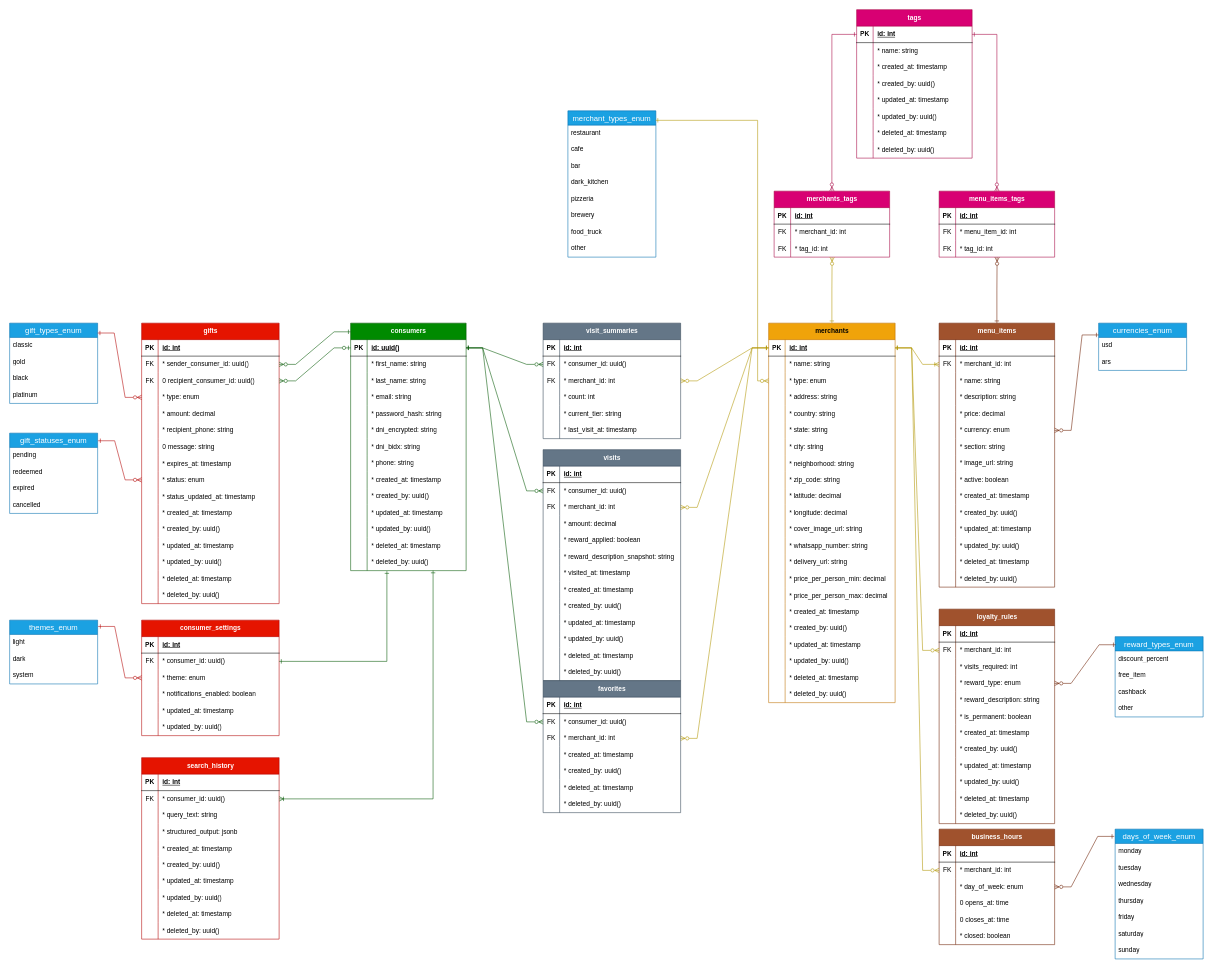
Before: docs/database-schema.drawio in tomassalina/fudo, a draw.io diagram. Source tidied: cells renumbered, new cells numbered last; positions are measured from the earlier drawing's top-left corner, leaving out a move shared by most shapes. Both pictures are drawn from the tidied source at 55%, with x=0, y=0 at pixel (9, 9).
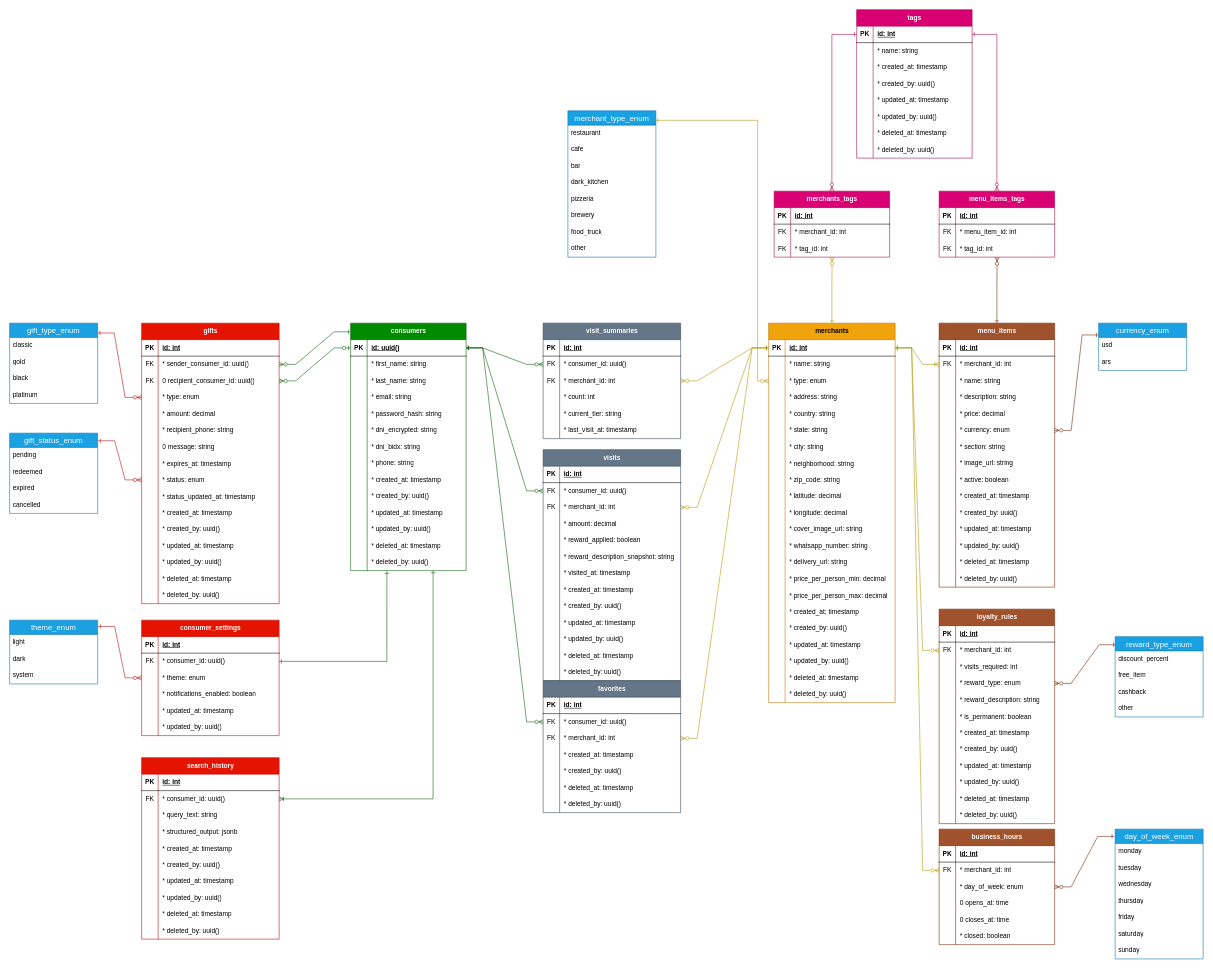
The same page after the edit.

Commit message:
docs: fix enum type name drift in database-schema.drawio

The diagram had all 7 Postgres enum types named in plural
(currencies_enum, days_of_week_enum, etc); db/structure.sql defines
them all in singular (currency_enum, day_of_week_enum, etc). AGENTS.md
claims the diagram is kept in sync with structure.sql as reference —
it wasn't. Corrected the 7 swimlane labels to match the real schema.

Diff of the diagram source:
```diff
@@
-    <mxCell id="69" value="merchant_types_enum" style="swimlane;fontStyle=0;horizontal=1;startSize=26;align=center;fontSize=14;fillColor=#1ba1e2;fontColor=#ffffff;strokeColor=#006EAF;" parent="1" vertex="1">
+    <mxCell id="69" value="merchant_type_enum" style="swimlane;fontStyle=0;horizontal=1;startSize=26;align=center;fontSize=14;fillColor=#1ba1e2;fontColor=#ffffff;strokeColor=#006EAF;" parent="1" vertex="1">
       <mxGeometry x="1015" y="184" width="160" height="266" as="geometry" />
     </mxCell>
@@
-    <mxCell id="255" value="reward_types_enum" style="swimlane;fontStyle=0;horizontal=1;startSize=26;align=center;fontSize=14;fillColor=#1ba1e2;fontColor=#ffffff;strokeColor=#006EAF;" parent="1" vertex="1">
+    <mxCell id="255" value="reward_type_enum" style="swimlane;fontStyle=0;horizontal=1;startSize=26;align=center;fontSize=14;fillColor=#1ba1e2;fontColor=#ffffff;strokeColor=#006EAF;" parent="1" vertex="1">
       <mxGeometry x="2010" y="1140" width="160" height="146" as="geometry" />
     </mxCell>
@@
-    <mxCell id="260" value="currencies_enum" style="swimlane;fontStyle=0;horizontal=1;startSize=26;align=center;fontSize=14;fillColor=#1ba1e2;fontColor=#ffffff;strokeColor=#006EAF;" parent="1" vertex="1">
+    <mxCell id="260" value="currency_enum" style="swimlane;fontStyle=0;horizontal=1;startSize=26;align=center;fontSize=14;fillColor=#1ba1e2;fontColor=#ffffff;strokeColor=#006EAF;" parent="1" vertex="1">
       <mxGeometry x="1980" y="570" width="160" height="86" as="geometry" />
     </mxCell>
@@
-    <mxCell id="402" value="gift_types_enum" style="swimlane;fontStyle=0;horizontal=1;startSize=26;align=center;fontSize=14;fillColor=#1ba1e2;fontColor=#ffffff;strokeColor=#006EAF;" parent="1" vertex="1">
+    <mxCell id="402" value="gift_type_enum" style="swimlane;fontStyle=0;horizontal=1;startSize=26;align=center;fontSize=14;fillColor=#1ba1e2;fontColor=#ffffff;strokeColor=#006EAF;" parent="1" vertex="1">
       <mxGeometry y="570" width="160" height="146" as="geometry" />
     </mxCell>
@@
-    <mxCell id="408" value="gift_statuses_enum" style="swimlane;fontStyle=0;horizontal=1;startSize=26;align=center;fontSize=14;fillColor=#1ba1e2;fontColor=#ffffff;strokeColor=#006EAF;" parent="1" vertex="1">
+    <mxCell id="408" value="gift_status_enum" style="swimlane;fontStyle=0;horizontal=1;startSize=26;align=center;fontSize=14;fillColor=#1ba1e2;fontColor=#ffffff;strokeColor=#006EAF;" parent="1" vertex="1">
       <mxGeometry y="770" width="160" height="146" as="geometry" />
     </mxCell>
@@
-    <mxCell id="435" value="days_of_week_enum" style="swimlane;fontStyle=0;horizontal=1;startSize=26;align=center;fontSize=14;fillColor=#1ba1e2;fontColor=#ffffff;strokeColor=#006EAF;" parent="1" vertex="1">
+    <mxCell id="435" value="day_of_week_enum" style="swimlane;fontStyle=0;horizontal=1;startSize=26;align=center;fontSize=14;fillColor=#1ba1e2;fontColor=#ffffff;strokeColor=#006EAF;" parent="1" vertex="1">
       <mxGeometry x="2010" y="1490" width="160" height="236" as="geometry" />
     </mxCell>
@@
-    <mxCell id="445" value="themes_enum" style="swimlane;fontStyle=0;horizontal=1;startSize=26;align=center;fontSize=14;fillColor=#1ba1e2;fontColor=#ffffff;strokeColor=#006EAF;" parent="1" vertex="1">
+    <mxCell id="445" value="theme_enum" style="swimlane;fontStyle=0;horizontal=1;startSize=26;align=center;fontSize=14;fillColor=#1ba1e2;fontColor=#ffffff;strokeColor=#006EAF;" parent="1" vertex="1">
       <mxGeometry y="1110" width="160" height="116" as="geometry" />
     </mxCell>
```
